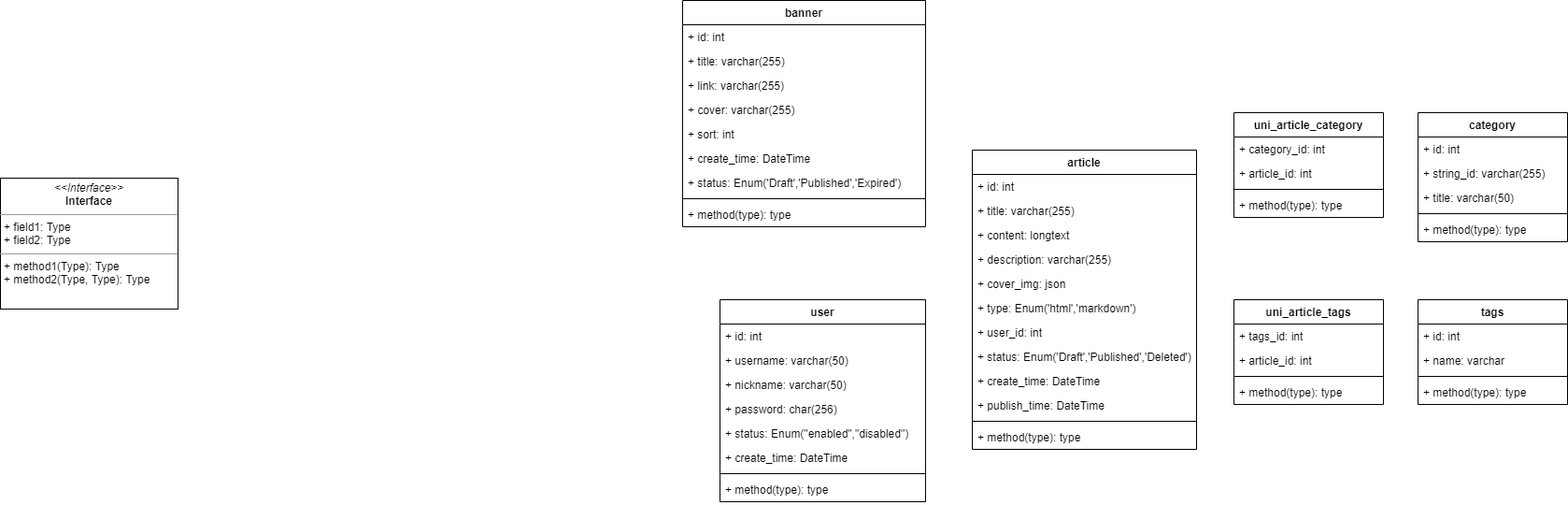
TsBoot/ts-boot keeps this draw.io diagram as DB.drawio.png. Above is the earlier version. Source tidied: cells renumbered, new cells last; positions are measured from the earlier drawing's top-left corner, leaving out a move shared by most shapes.
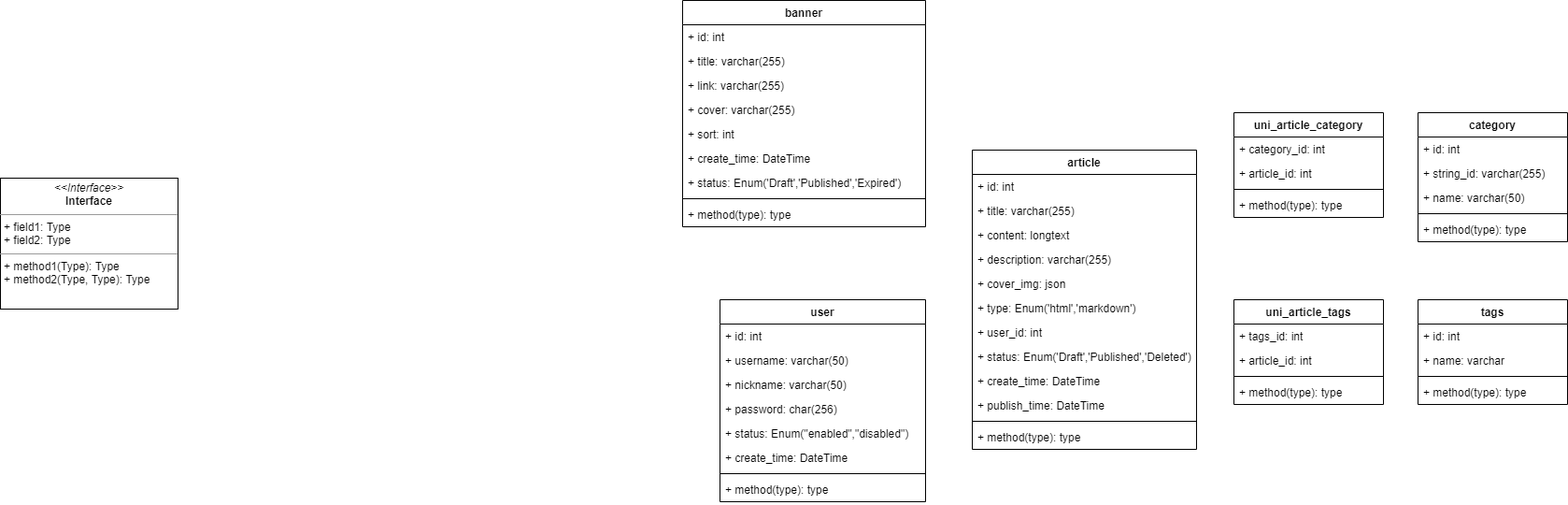
The same diagram one commit later.

Change to the diagram source:
```diff
@@ -140,7 +140,7 @@
     <mxCell id="47" value="+ string_id: varchar(255)" style="text;strokeColor=none;fillColor=none;align=left;verticalAlign=top;spacingLeft=4;spacingRight=4;overflow=hidden;" parent="45" vertex="1">
       <mxGeometry y="52" width="160" height="26" as="geometry" />
     </mxCell>
-    <mxCell id="48" value="+ title: varchar(50)" style="text;strokeColor=none;fillColor=none;align=left;verticalAlign=top;spacingLeft=4;spacingRight=4;overflow=hidden;" parent="45" vertex="1">
+    <mxCell id="48" value="+ name: varchar(50)" style="text;strokeColor=none;fillColor=none;align=left;verticalAlign=top;spacingLeft=4;spacingRight=4;overflow=hidden;" parent="45" vertex="1">
       <mxGeometry y="78" width="160" height="26" as="geometry" />
     </mxCell>
     <mxCell id="49" style="line;strokeWidth=1;fillColor=none;align=left;verticalAlign=middle;spacingTop=-1;spacingLeft=3;spacingRight=3;labelPosition=right;strokeColor=inherit;" parent="45" vertex="1">
```
